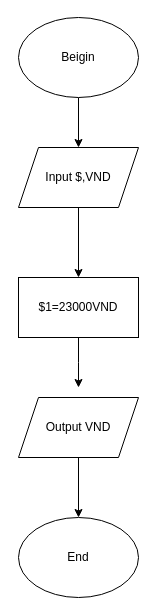
Above: 3. Mô tả thuật toán bằng Pseudo code & Flowchart/bài tập/[Bài tập] Mô tả thuật toán chuyển đổi tiền tệAssignment.drawio in phamdangkhoa2411/C1021G1-Ph-m-Tr-n-ng-Khoa (draw.io), before the change. Source tidied: cells renumbered, new cells numbered last; positions are measured from the earlier drawing's top-left corner, leaving out a move shared by most shapes. Both pictures are drawn from the tidied source at 100%, with x=0, y=0 at pixel (18, 17).
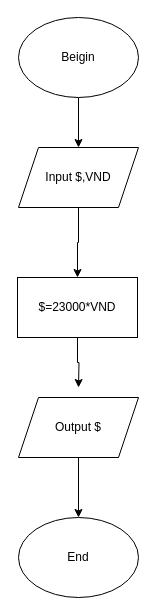
After the change.

The edit, as a diff of the source:
```diff
@@
 <mxGraphModel>
   <root>
     <mxCell id="0" />
     <mxCell id="1" parent="0" />
     <mxCell id="2" style="edgeStyle=orthogonalEdgeStyle;rounded=0;jettySize=auto;html=1;exitX=0.5;exitY=1;exitDx=0;exitDy=0;entryX=0.5;entryY=0;entryDx=0;entryDy=0;" parent="1" edge="1" source="3" target="10">
       <mxGeometry relative="1" as="geometry" />
     </mxCell>
     <mxCell id="3" value="Beigin" style="ellipse;whiteSpace=wrap;html=1;" parent="1" vertex="1">
       <mxGeometry width="120" height="80" as="geometry" />
     </mxCell>
     <mxCell id="4" style="edgeStyle=orthogonalEdgeStyle;rounded=0;jettySize=auto;html=1;exitX=0.5;exitY=1;exitDx=0;exitDy=0;" parent="1" edge="1" source="5">
       <mxGeometry relative="1" as="geometry">
         <mxPoint x="60" y="370" as="targetPoint" />
       </mxGeometry>
     </mxCell>
-    <mxCell id="5" value="$1=23000VND" style="rounded=0;whiteSpace=wrap;html=1;" parent="1" vertex="1">
-      <mxGeometry y="260" width="120" height="60" as="geometry" />
+    <mxCell id="5" value="$=23000*VND" style="rounded=0;whiteSpace=wrap;html=1;" parent="1" vertex="1">
+      <mxGeometry x="-1" y="260" width="120" height="60" as="geometry" />
     </mxCell>
     <mxCell id="6" style="edgeStyle=orthogonalEdgeStyle;rounded=0;jettySize=auto;html=1;exitX=0.5;exitY=1;exitDx=0;exitDy=0;" parent="1" edge="1" source="7" target="8">
       <mxGeometry relative="1" as="geometry" />
     </mxCell>
-    <mxCell id="7" value="Output VND" style="shape=parallelogram;perimeter=parallelogramPerimeter;whiteSpace=wrap;html=1;fixedSize=1;" parent="1" vertex="1">
+    <mxCell id="7" value="Output $" style="shape=parallelogram;perimeter=parallelogramPerimeter;whiteSpace=wrap;html=1;fixedSize=1;" parent="1" vertex="1">
       <mxGeometry y="380" width="120" height="60" as="geometry" />
     </mxCell>
     <mxCell id="8" value="End" style="ellipse;whiteSpace=wrap;html=1;" parent="1" vertex="1">
       <mxGeometry y="500" width="120" height="80" as="geometry" />
     </mxCell>
     <mxCell id="9" style="edgeStyle=orthogonalEdgeStyle;rounded=0;jettySize=auto;html=1;exitX=0.5;exitY=1;exitDx=0;exitDy=0;entryX=0.5;entryY=0;entryDx=0;entryDy=0;" parent="1" edge="1" source="10" target="5">
       <mxGeometry relative="1" as="geometry" />
     </mxCell>
     <mxCell id="10" value="Input $,VND" style="shape=parallelogram;perimeter=parallelogramPerimeter;whiteSpace=wrap;html=1;fixedSize=1;" parent="1" vertex="1">
       <mxGeometry y="130" width="120" height="60" as="geometry" />
     </mxCell>
   </root>
 </mxGraphModel>
```
